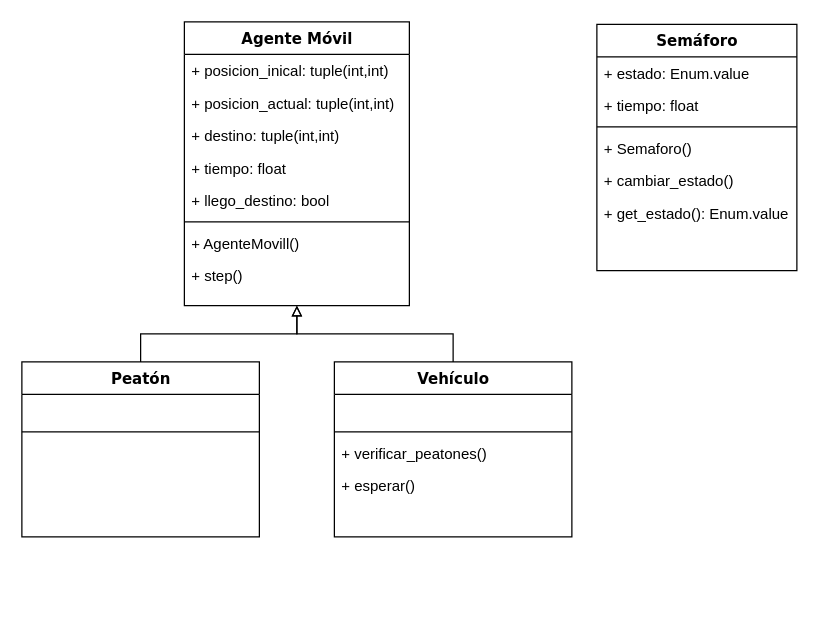
The draw.io diagram Diagrams/AgentModels.drawio in alonso284/UrbanMobilityMultiAgents, before the edit. Source tidied: cells renumbered, new cells numbered last; positions are measured from the earlier drawing's top-left corner, leaving out a move shared by most shapes. Both pictures are drawn from the tidied source at 125%, with x=0, y=0 at pixel (21, 21).
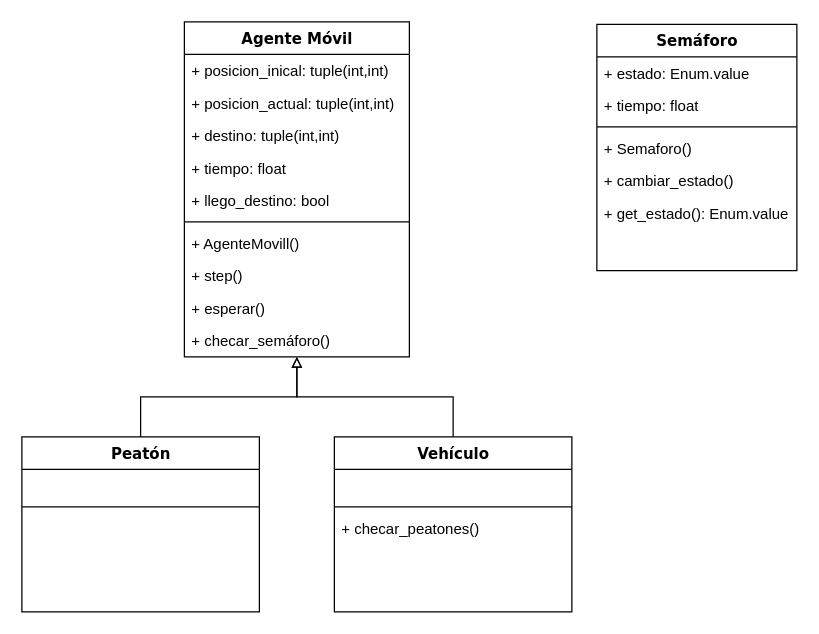
The same page after the edit.

Commit message:
Update agent class diagram

Change to the diagram source:
```diff
@@
     <mxCell id="4" value="Agente Móvil" style="swimlane;html=1;fontStyle=1;align=center;verticalAlign=top;horizontal=1;startSize=26;swimlaneFillColor=#ffffff;rounded=0;shadow=0;comic=0;labelBackgroundColor=none;strokeWidth=1;fillColor=none;fontFamily=Verdana;fontSize=12;" parent="1" vertex="1">
-      <mxGeometry x="130" width="180" height="227" as="geometry" />
+      <mxGeometry x="130" width="180" height="268" as="geometry" />
     </mxCell>
@@
+    <mxCell id="17" value="+ esperar()" style="text;html=1;strokeColor=none;fillColor=none;align=left;verticalAlign=top;spacingLeft=4;spacingRight=4;whiteSpace=wrap;overflow=hidden;" parent="4" vertex="1">
+      <mxGeometry y="216" width="180" height="26" as="geometry" />
+    </mxCell>
+    <mxCell id="28" value="+ checar_semáforo()" style="text;html=1;strokeColor=none;fillColor=none;align=left;verticalAlign=top;spacingLeft=4;spacingRight=4;whiteSpace=wrap;overflow=hidden;" parent="4" vertex="1">
+      <mxGeometry y="242" width="180" height="26" as="geometry" />
+    </mxCell>
     <mxCell id="13" value="Vehículo" style="swimlane;html=1;fontStyle=1;align=center;verticalAlign=top;horizontal=1;startSize=26;swimlaneFillColor=#ffffff;rounded=0;shadow=0;comic=0;labelBackgroundColor=none;strokeWidth=1;fillColor=none;fontFamily=Verdana;fontSize=12;" parent="1" vertex="1">
-      <mxGeometry x="250" y="272" width="190" height="140" as="geometry" />
+      <mxGeometry x="250" y="332" width="190" height="140" as="geometry" />
     </mxCell>
@@
-    <mxCell id="16" value="+ verificar_peatones()" style="text;html=1;strokeColor=none;fillColor=none;align=left;verticalAlign=top;spacingLeft=4;spacingRight=4;whiteSpace=wrap;overflow=hidden;" parent="13" vertex="1">
+    <mxCell id="16" value="+ checar_peatones()" style="text;html=1;strokeColor=none;fillColor=none;align=left;verticalAlign=top;spacingLeft=4;spacingRight=4;whiteSpace=wrap;overflow=hidden;" parent="13" vertex="1">
       <mxGeometry y="60" width="190" height="26" as="geometry" />
     </mxCell>
-    <mxCell id="17" value="+ esperar()" style="text;html=1;strokeColor=none;fillColor=none;align=left;verticalAlign=top;spacingLeft=4;spacingRight=4;whiteSpace=wrap;overflow=hidden;" parent="13" vertex="1">
-      <mxGeometry y="86" width="190" height="26" as="geometry" />
-    </mxCell>
@@
     <mxCell id="25" value="Peatón" style="swimlane;html=1;fontStyle=1;align=center;verticalAlign=top;horizontal=1;startSize=26;swimlaneFillColor=#ffffff;rounded=0;shadow=0;comic=0;labelBackgroundColor=none;strokeWidth=1;fillColor=none;fontFamily=Verdana;fontSize=12;" parent="1" vertex="1">
-      <mxGeometry y="272" width="190" height="140" as="geometry" />
+      <mxGeometry y="332" width="190" height="140" as="geometry" />
     </mxCell>
```
